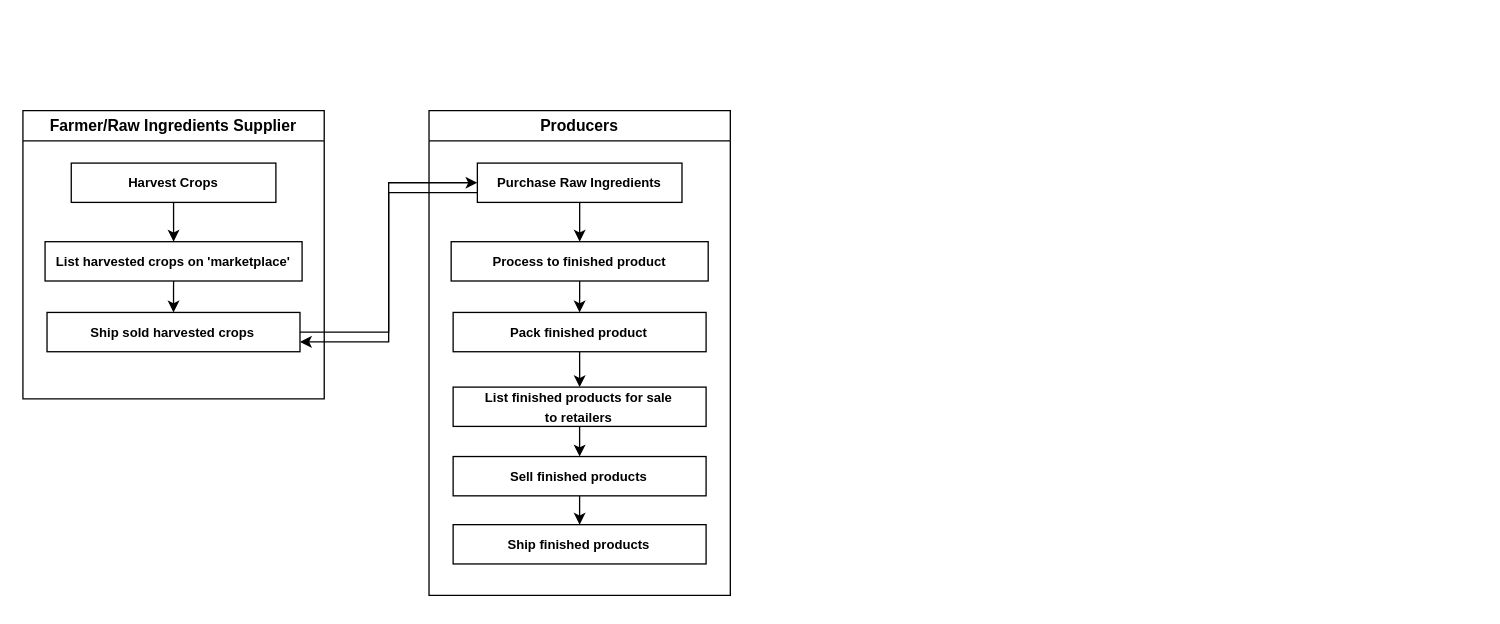
PohKaiBoon/back-end keeps this draw.io diagram as supply-chain-process-flow.drawio. Above is the earlier version. Source tidied: cells renumbered, new cells numbered last; positions are measured from the earlier drawing's top-left corner, leaving out a move shared by most shapes. Both pictures are drawn from the tidied source at 131%, with x=0, y=0 at pixel (22, 110).
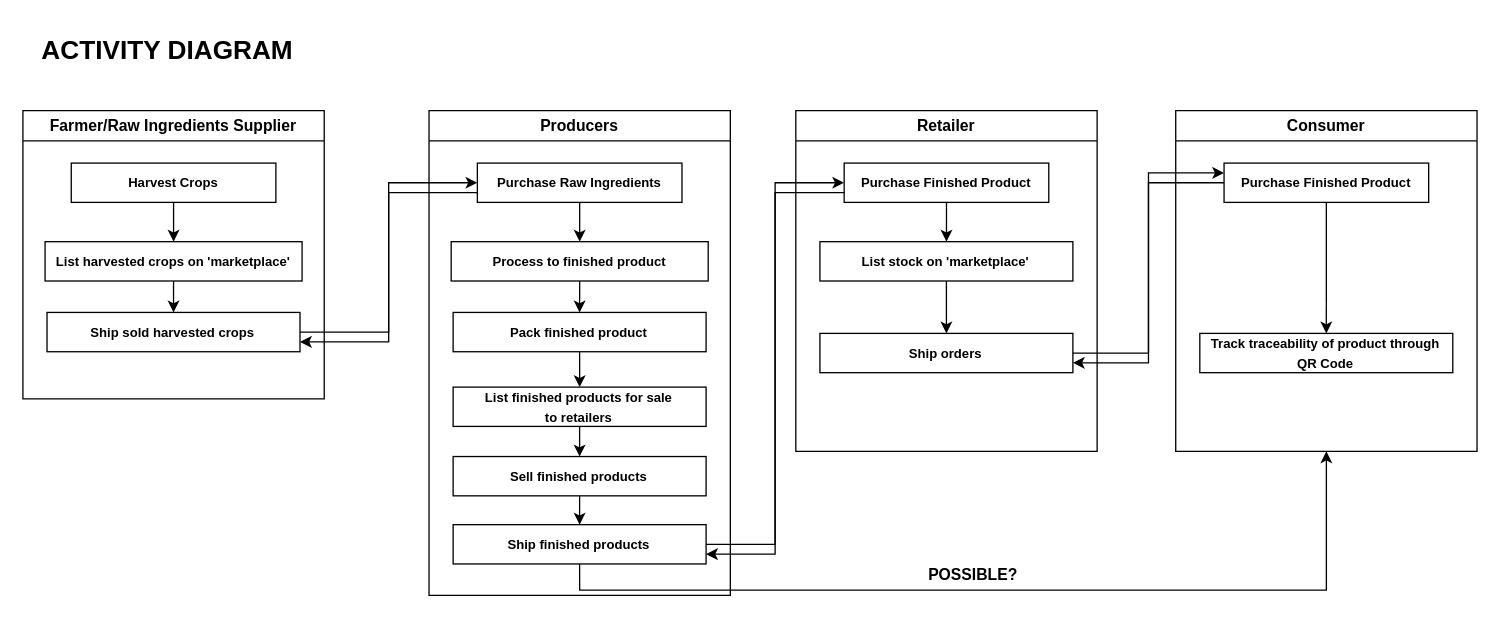
After the change.

The change refers to these unchanged cells:
```xml
<mxCell id="19" value="&lt;span style=&quot;font-size: 10px;&quot;&gt;&lt;b&gt;Ship finished products&lt;/b&gt;&lt;/span&gt;" style="rounded=0;whiteSpace=wrap;html=1;" parent="8" vertex="1">
  <mxGeometry x="18.4" y="316" width="193.1" height="30" as="geometry" />
</mxCell>
```

What changed in the source:
```diff
@@
+    <mxCell id="22" value="&lt;font style=&quot;font-size: 12px;&quot;&gt;Retailer&lt;/font&gt;" style="swimlane;whiteSpace=wrap;html=1;" parent="1" vertex="1">
+      <mxGeometry x="590" width="230" height="260" as="geometry" />
+    </mxCell>
+    <mxCell id="23" style="edgeStyle=orthogonalEdgeStyle;rounded=0;jettySize=auto;html=1;exitX=0.5;exitY=1;exitDx=0;exitDy=0;entryX=0.5;entryY=0;entryDx=0;entryDy=0;" parent="22" edge="1" source="24">
+      <mxGeometry relative="1" as="geometry">
+        <mxPoint x="115" y="100" as="targetPoint" />
+      </mxGeometry>
+    </mxCell>
+    <mxCell id="24" value="&lt;b&gt;&lt;font style=&quot;font-size: 10px;&quot;&gt;Purchase Finished Product&lt;/font&gt;&lt;/b&gt;" style="rounded=0;whiteSpace=wrap;html=1;" parent="22" vertex="1">
+      <mxGeometry x="36.9" y="40" width="156.2" height="30" as="geometry" />
+    </mxCell>
+    <mxCell id="25" style="edgeStyle=orthogonalEdgeStyle;rounded=0;jettySize=auto;html=1;exitX=0.5;exitY=1;exitDx=0;exitDy=0;entryX=0.5;entryY=0;entryDx=0;entryDy=0;" parent="22" edge="1" source="26" target="27">
+      <mxGeometry relative="1" as="geometry" />
+    </mxCell>
+    <mxCell id="26" value="&lt;b&gt;&lt;font style=&quot;font-size: 10px;&quot;&gt;List stock on 'marketplace'&lt;/font&gt;&lt;/b&gt;" style="rounded=0;whiteSpace=wrap;html=1;" parent="22" vertex="1">
+      <mxGeometry x="18.4" y="100" width="193.1" height="30" as="geometry" />
+    </mxCell>
+    <mxCell id="27" value="&lt;span style=&quot;font-size: 10px;&quot;&gt;&lt;b&gt;Ship orders&lt;/b&gt;&lt;/span&gt;" style="rounded=0;whiteSpace=wrap;html=1;" parent="22" vertex="1">
+      <mxGeometry x="18.4" y="170" width="193.1" height="30" as="geometry" />
+    </mxCell>
+    <mxCell id="28" value="&lt;font style=&quot;font-size: 12px;&quot;&gt;Consumer&lt;/font&gt;" style="swimlane;whiteSpace=wrap;html=1;" parent="1" vertex="1">
+      <mxGeometry x="880" width="230" height="260" as="geometry" />
+    </mxCell>
+    <mxCell id="29" value="&lt;b&gt;&lt;font style=&quot;font-size: 10px;&quot;&gt;Purchase Finished Product&lt;/font&gt;&lt;/b&gt;" style="rounded=0;whiteSpace=wrap;html=1;" parent="28" vertex="1">
+      <mxGeometry x="36.9" y="40" width="156.2" height="30" as="geometry" />
+    </mxCell>
+    <mxCell id="30" style="edgeStyle=orthogonalEdgeStyle;rounded=0;jettySize=auto;html=1;exitX=0.5;exitY=1;exitDx=0;exitDy=0;entryX=0.5;entryY=0;entryDx=0;entryDy=0;" parent="28" edge="1" source="29" target="31">
+      <mxGeometry relative="1" as="geometry" />
+    </mxCell>
+    <mxCell id="31" value="&lt;b style=&quot;font-size: 10px;&quot;&gt;Track &lt;/b&gt;&lt;span style=&quot;font-size: 10px;&quot;&gt;&lt;b&gt;traceability&lt;/b&gt;&lt;/span&gt;&lt;b style=&quot;font-size: 10px;&quot;&gt;&amp;nbsp;of product through QR Code&lt;/b&gt;" style="rounded=0;whiteSpace=wrap;html=1;" parent="28" vertex="1">
+      <mxGeometry x="18.4" y="170" width="193.1" height="30" as="geometry" />
+    </mxCell>
+    <mxCell id="32" style="edgeStyle=orthogonalEdgeStyle;rounded=0;jettySize=auto;html=1;exitX=1;exitY=0.5;exitDx=0;exitDy=0;entryX=0;entryY=0.25;entryDx=0;entryDy=0;" parent="1" edge="1" source="27" target="29">
+      <mxGeometry relative="1" as="geometry" />
+    </mxCell>
+    <mxCell id="33" style="edgeStyle=orthogonalEdgeStyle;rounded=0;jettySize=auto;html=1;exitX=0;exitY=0.5;exitDx=0;exitDy=0;entryX=1;entryY=0.75;entryDx=0;entryDy=0;" parent="1" edge="1" source="29" target="27">
+      <mxGeometry relative="1" as="geometry" />
+    </mxCell>
+    <mxCell id="34" style="edgeStyle=orthogonalEdgeStyle;rounded=0;jettySize=auto;html=1;exitX=1;exitY=0.5;exitDx=0;exitDy=0;entryX=0;entryY=0.5;entryDx=0;entryDy=0;" parent="1" edge="1" source="19" target="24">
+      <mxGeometry relative="1" as="geometry" />
+    </mxCell>
+    <mxCell id="35" style="edgeStyle=orthogonalEdgeStyle;rounded=0;jettySize=auto;html=1;exitX=0;exitY=0.75;exitDx=0;exitDy=0;entryX=1;entryY=0.75;entryDx=0;entryDy=0;" parent="1" edge="1" source="24" target="19">
+      <mxGeometry relative="1" as="geometry" />
+    </mxCell>
+    <mxCell id="36" style="edgeStyle=orthogonalEdgeStyle;rounded=0;jettySize=auto;html=1;exitX=0.5;exitY=1;exitDx=0;exitDy=0;entryX=0.5;entryY=1;entryDx=0;entryDy=0;" parent="1" edge="1" source="19" target="28">
+      <mxGeometry relative="1" as="geometry" />
+    </mxCell>
+    <mxCell id="37" value="&lt;b&gt;POSSIBLE?&lt;/b&gt;" style="text;html=1;align=center;verticalAlign=middle;strokeColor=none;fillColor=none;" parent="1" vertex="1">
+      <mxGeometry x="680" y="340" width="90" height="30" as="geometry" />
+    </mxCell>
+    <mxCell id="38" value="&lt;b&gt;&lt;font style=&quot;font-size: 20px;&quot;&gt;ACTIVITY DIAGRAM&lt;/font&gt;&lt;/b&gt;" style="text;html=1;align=center;verticalAlign=middle;strokeColor=none;fillColor=none;" parent="1" vertex="1">
+      <mxGeometry y="-67" width="220" height="40" as="geometry" />
+    </mxCell>
```
